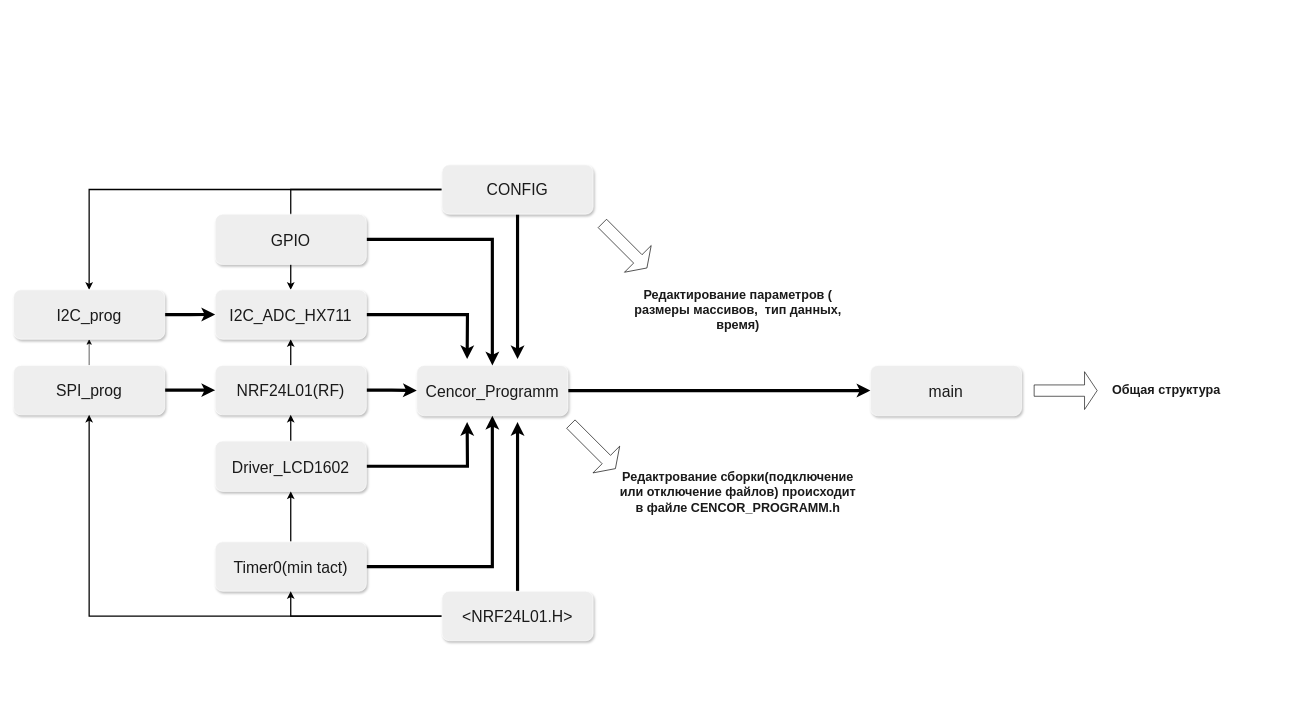
Before: page "Структура Head-ров" (2 of 2) of Shem/CENSOR_SHEM.drawio in RivayM/Censor-TM-NCFU, a draw.io diagram. Source tidied: cells renumbered, new cells numbered last; positions are measured from the earlier drawing's top-left corner, leaving out a move shared by most shapes. Both pictures are drawn from the tidied source at 63%, with x=0, y=0 at pixel (13, 164).
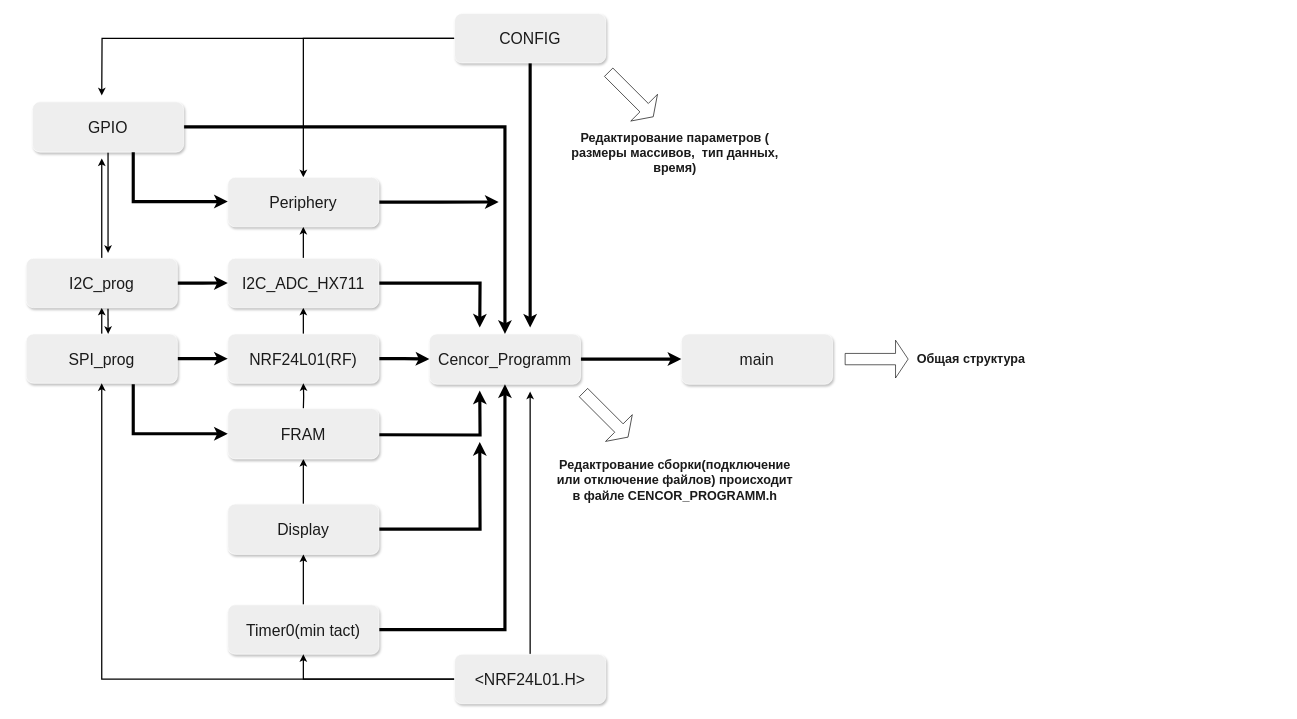
The same diagram, later.

What changed in the source:
```diff
@@
-    <mxCell id="2" style="edgeStyle=orthogonalEdgeStyle;rounded=0;jettySize=auto;html=1;entryX=0.5;entryY=0;entryDx=0;entryDy=0;strokeWidth=2;" parent="1" edge="1" source="21" target="15">
-      <mxGeometry relative="1" as="geometry" />
-    </mxCell>
     <mxCell id="3" value="&lt;span style=&quot;font-size: 25px;&quot;&gt;main&lt;/span&gt;" style="rounded=1;whiteSpace=wrap;html=1;strokeColor=#FFFFFF;fontColor=#1A1A1A;fillColor=#EEEEEE;labelBackgroundColor=none;shadow=1;" parent="1" vertex="1">
-      <mxGeometry x="1360" y="318.5" width="240" height="80" as="geometry" />
+      <mxGeometry x="1060" y="268.5" width="240" height="80" as="geometry" />
     </mxCell>
@@
     <mxCell id="5" value="&lt;span style=&quot;font-size: 25px;&quot;&gt;Cencor_Programm&lt;/span&gt;" style="rounded=1;whiteSpace=wrap;html=1;strokeColor=#FFFFFF;fontColor=#1A1A1A;fillColor=#EEEEEE;labelBackgroundColor=none;shadow=1;" parent="1" vertex="1">
-      <mxGeometry x="640" y="318.5" width="240" height="80" as="geometry" />
+      <mxGeometry x="660" y="268.5" width="240" height="80" as="geometry" />
     </mxCell>
@@
+    <mxCell id="37" style="edgeStyle=orthogonalEdgeStyle;rounded=0;jettySize=auto;html=1;strokeWidth=2;" parent="1" edge="1" source="9">
+      <mxGeometry relative="1" as="geometry">
+        <mxPoint x="150" y="140" as="targetPoint" />
+      </mxGeometry>
+    </mxCell>
     <mxCell id="9" value="&lt;span style=&quot;font-size: 25px;&quot;&gt;GPIO&lt;/span&gt;" style="rounded=1;whiteSpace=wrap;html=1;strokeColor=#FFFFFF;fontColor=#1A1A1A;fillColor=#EEEEEE;labelBackgroundColor=none;shadow=1;" parent="1" vertex="1">
-      <mxGeometry x="320" y="78.5" width="240" height="80" as="geometry" />
+      <mxGeometry x="30" y="-100" width="240" height="80" as="geometry" />
     </mxCell>
     <mxCell id="10" value="&lt;span style=&quot;font-size: 25px;&quot;&gt;NRF24L01(RF)&lt;/span&gt;" style="rounded=1;whiteSpace=wrap;html=1;strokeColor=#FFFFFF;fontColor=#1A1A1A;fillColor=#EEEEEE;labelBackgroundColor=none;shadow=1;" parent="1" vertex="1">
-      <mxGeometry x="320" y="318.5" width="240" height="78.5" as="geometry" />
+      <mxGeometry x="340" y="268.5" width="240" height="78.5" as="geometry" />
     </mxCell>
@@
-    <mxCell id="12" style="edgeStyle=orthogonalEdgeStyle;rounded=0;jettySize=auto;html=1;" parent="1" edge="1" source="13" target="23">
+    <mxCell id="12" style="edgeStyle=orthogonalEdgeStyle;rounded=0;jettySize=auto;html=1;strokeWidth=2;" parent="1" edge="1" source="13" target="23">
       <mxGeometry relative="1" as="geometry" />
     </mxCell>
     <mxCell id="13" value="&lt;span style=&quot;font-size: 25px;&quot;&gt;SPI_prog&lt;/span&gt;" style="rounded=1;whiteSpace=wrap;html=1;strokeColor=#FFFFFF;fontColor=#1A1A1A;fillColor=#EEEEEE;labelBackgroundColor=none;shadow=1;" parent="1" vertex="1">
-      <mxGeometry y="318.5" width="240" height="78.5" as="geometry" />
+      <mxGeometry x="20" y="268.5" width="240" height="78.5" as="geometry" />
     </mxCell>
     <mxCell id="14" style="edgeStyle=orthogonalEdgeStyle;rounded=0;jettySize=auto;html=1;strokeWidth=5;" parent="1" edge="1" source="15">
       <mxGeometry relative="1" as="geometry">
-        <mxPoint x="720" y="308.5" as="targetPoint" />
+        <mxPoint x="740" y="258.5" as="targetPoint" />
       </mxGeometry>
     </mxCell>
+    <mxCell id="38" style="edgeStyle=orthogonalEdgeStyle;rounded=0;jettySize=auto;html=1;strokeWidth=2;" parent="1" edge="1" source="15" target="47">
+      <mxGeometry relative="1" as="geometry" />
+    </mxCell>
     <mxCell id="15" value="&lt;span style=&quot;font-size: 25px;&quot;&gt;I2C_ADC_HX711&lt;/span&gt;" style="rounded=1;whiteSpace=wrap;html=1;strokeColor=#FFFFFF;fontColor=#1A1A1A;fillColor=#EEEEEE;labelBackgroundColor=none;shadow=1;" parent="1" vertex="1">
-      <mxGeometry x="320" y="198.5" width="240" height="78.5" as="geometry" />
+      <mxGeometry x="340" y="148.5" width="240" height="78.5" as="geometry" />
     </mxCell>
-    <mxCell id="16" style="edgeStyle=orthogonalEdgeStyle;rounded=0;jettySize=auto;html=1;strokeWidth=5;" parent="1" edge="1" source="18">
+    <mxCell id="16" style="edgeStyle=orthogonalEdgeStyle;rounded=0;orthogonalLoop=1;jettySize=auto;html=1;strokeWidth=5;" parent="1" edge="1">
       <mxGeometry relative="1" as="geometry">
-        <mxPoint x="720" y="408.5" as="targetPoint" />
+        <mxPoint x="580" y="428.5" as="sourcePoint" />
+        <mxPoint x="740" y="358.5" as="targetPoint" />
       </mxGeometry>
     </mxCell>
-    <mxCell id="17" style="edgeStyle=orthogonalEdgeStyle;rounded=0;jettySize=auto;html=1;strokeWidth=2;" parent="1" edge="1" source="18" target="10">
-      <mxGeometry relative="1" as="geometry" />
+    <mxCell id="17" style="edgeStyle=orthogonalEdgeStyle;rounded=0;jettySize=auto;html=1;strokeWidth=2;" parent="1" edge="1" target="10">
+      <mxGeometry relative="1" as="geometry">
+        <mxPoint x="460" y="388.5" as="sourcePoint" />
+      </mxGeometry>
     </mxCell>
+    <mxCell id="39" style="edgeStyle=orthogonalEdgeStyle;rounded=0;jettySize=auto;html=1;entryX=0.5;entryY=1;entryDx=0;entryDy=0;strokeWidth=2;" parent="1" edge="1" source="18" target="44">
+      <mxGeometry relative="1" as="geometry" />
+    </mxCell>
+    <mxCell id="40" style="edgeStyle=orthogonalEdgeStyle;rounded=0;jettySize=auto;html=1;strokeWidth=5;" parent="1" edge="1" source="18">
+      <mxGeometry relative="1" as="geometry">
+        <mxPoint x="740" y="440" as="targetPoint" />
+      </mxGeometry>
+    </mxCell>
-    <mxCell id="18" value="&lt;span style=&quot;font-size: 25px;&quot;&gt;Driver_LCD1602&lt;/span&gt;" style="rounded=1;whiteSpace=wrap;html=1;strokeColor=#FFFFFF;fontColor=#1A1A1A;fillColor=#EEEEEE;labelBackgroundColor=none;shadow=1;" parent="1" vertex="1">
-      <mxGeometry x="320" y="438.5" width="240" height="80" as="geometry" />
+    <mxCell id="18" value="&lt;span style=&quot;font-size: 25px;&quot;&gt;Display&lt;/span&gt;" style="rounded=1;whiteSpace=wrap;html=1;strokeColor=#FFFFFF;fontColor=#1A1A1A;fillColor=#EEEEEE;labelBackgroundColor=none;shadow=1;" parent="1" vertex="1">
+      <mxGeometry x="340" y="538.5" width="240" height="80" as="geometry" />
     </mxCell>
     <mxCell id="19" style="edgeStyle=orthogonalEdgeStyle;rounded=0;jettySize=auto;html=1;strokeWidth=5;" parent="1" edge="1" source="21">
       <mxGeometry relative="1" as="geometry">
-        <mxPoint x="800" y="308.5" as="targetPoint" />
+        <mxPoint x="820" y="258.5" as="targetPoint" />
       </mxGeometry>
     </mxCell>
-    <mxCell id="20" style="edgeStyle=orthogonalEdgeStyle;rounded=0;jettySize=auto;html=1;strokeWidth=2;" parent="1" edge="1" source="21" target="23">
-      <mxGeometry relative="1" as="geometry" />
-    </mxCell>
+    <mxCell id="41" style="edgeStyle=orthogonalEdgeStyle;rounded=0;jettySize=auto;html=1;strokeWidth=2;" parent="1" edge="1" source="21">
+      <mxGeometry relative="1" as="geometry">
+        <mxPoint x="140" y="-110" as="targetPoint" />
+      </mxGeometry>
+    </mxCell>
+    <mxCell id="42" style="edgeStyle=orthogonalEdgeStyle;rounded=0;jettySize=auto;html=1;entryX=0.5;entryY=0;entryDx=0;entryDy=0;strokeWidth=2;" parent="1" edge="1" source="21" target="47">
+      <mxGeometry relative="1" as="geometry" />
+    </mxCell>
     <mxCell id="21" value="&lt;span style=&quot;font-size: 25px;&quot;&gt;CONFIG&lt;/span&gt;" style="rounded=1;whiteSpace=wrap;html=1;strokeColor=#FFFFFF;fontColor=#1A1A1A;fillColor=#EEEEEE;labelBackgroundColor=none;shadow=1;" parent="1" vertex="1">
-      <mxGeometry x="680" width="240" height="78.5" as="geometry" />
+      <mxGeometry x="700" y="-240" width="240" height="78.5" as="geometry" />
     </mxCell>
@@
+    <mxCell id="43" style="edgeStyle=orthogonalEdgeStyle;rounded=0;jettySize=auto;html=1;strokeWidth=2;" parent="1" edge="1" source="23">
+      <mxGeometry relative="1" as="geometry">
+        <mxPoint x="140" y="-10" as="targetPoint" />
+      </mxGeometry>
+    </mxCell>
     <mxCell id="23" value="&lt;span style=&quot;font-size: 25px;&quot;&gt;I2C_prog&lt;/span&gt;" style="rounded=1;whiteSpace=wrap;html=1;strokeColor=#FFFFFF;fontColor=#1A1A1A;fillColor=#EEEEEE;labelBackgroundColor=none;shadow=1;" parent="1" vertex="1">
-      <mxGeometry y="198.5" width="240" height="78.5" as="geometry" />
+      <mxGeometry x="20" y="148.5" width="240" height="78.5" as="geometry" />
     </mxCell>
@@
     <mxCell id="26" value="&lt;span style=&quot;font-size: 25px;&quot;&gt;Timer0(min tact)&lt;/span&gt;" style="rounded=1;whiteSpace=wrap;html=1;strokeColor=#FFFFFF;fontColor=#1A1A1A;fillColor=#EEEEEE;labelBackgroundColor=none;shadow=1;" parent="1" vertex="1">
-      <mxGeometry x="320" y="598.5" width="240" height="78.5" as="geometry" />
+      <mxGeometry x="340" y="698.5" width="240" height="78.5" as="geometry" />
     </mxCell>
-    <mxCell id="27" style="edgeStyle=orthogonalEdgeStyle;rounded=0;jettySize=auto;html=1;strokeWidth=5;" parent="1" edge="1" source="30">
+    <mxCell id="27" style="edgeStyle=orthogonalEdgeStyle;rounded=0;jettySize=auto;html=1;strokeWidth=2;" parent="1" edge="1" source="30">
       <mxGeometry relative="1" as="geometry">
-        <mxPoint x="800" y="408.5" as="targetPoint" />
+        <mxPoint x="820" y="360" as="targetPoint" />
       </mxGeometry>
     </mxCell>
@@
     <mxCell id="30" value="&lt;span style=&quot;font-size: 25px;&quot;&gt;&amp;lt;NRF24L01.H&amp;gt;&lt;/span&gt;" style="rounded=1;whiteSpace=wrap;html=1;strokeColor=#FFFFFF;fontColor=#1A1A1A;fillColor=#EEEEEE;labelBackgroundColor=none;shadow=1;" parent="1" vertex="1">
-      <mxGeometry x="680" y="677" width="240" height="78.5" as="geometry" />
+      <mxGeometry x="700" y="777" width="240" height="78.5" as="geometry" />
     </mxCell>
     <mxCell id="31" value="&lt;span style=&quot;font-size: 20px;&quot;&gt;Редактрование сборки(подключение или отключение файлов) происходит в файле CENCOR_PROGRAMM.h&lt;/span&gt;" style="text;html=1;align=center;verticalAlign=middle;whiteSpace=wrap;rounded=1;fontStyle=1;labelBackgroundColor=none;fontColor=#1A1A1A;" parent="1" vertex="1">
-      <mxGeometry x="960" y="438.5" width="380" height="160" as="geometry" />
+      <mxGeometry x="860" y="420" width="380" height="160" as="geometry" />
     </mxCell>
     <mxCell id="32" style="shape=singleArrow;direction=south;whiteSpace=wrap;html=1;rotation=-45;arrowWidth=0.31317579560152353;arrowSize=0.2041337989439171;" parent="1" vertex="1">
-      <mxGeometry x="890" y="397" width="60" height="100" as="geometry" />
+      <mxGeometry x="910" y="347" width="60" height="100" as="geometry" />
     </mxCell>
     <mxCell id="33" value="&lt;span style=&quot;font-size: 20px;&quot;&gt;Редактирование параметров ( размеры массивов,&amp;nbsp; тип данных, время)&lt;/span&gt;" style="text;html=1;align=center;verticalAlign=middle;whiteSpace=wrap;rounded=1;fontStyle=1;labelBackgroundColor=none;fontColor=#1A1A1A;" parent="1" vertex="1">
-      <mxGeometry x="960" y="148.5" width="380" height="160" as="geometry" />
+      <mxGeometry x="860" y="-100" width="380" height="160" as="geometry" />
     </mxCell>
     <mxCell id="34" style="shape=singleArrow;direction=south;whiteSpace=wrap;html=1;rotation=-45;arrowWidth=0.31317579560152353;arrowSize=0.2041337989439171;" parent="1" vertex="1">
-      <mxGeometry x="940" y="78.5" width="60" height="100" as="geometry" />
+      <mxGeometry x="950" y="-161.5" width="60" height="100" as="geometry" />
     </mxCell>
     <mxCell id="35" value="&lt;span style=&quot;font-size: 20px;&quot;&gt;Общая структура&lt;/span&gt;" style="text;html=1;align=center;verticalAlign=middle;whiteSpace=wrap;rounded=1;fontStyle=1;labelBackgroundColor=none;fontColor=#1A1A1A;" parent="1" vertex="1">
-      <mxGeometry x="1640" y="277" width="380" height="160" as="geometry" />
+      <mxGeometry x="1330" y="227" width="380" height="160" as="geometry" />
     </mxCell>
     <mxCell id="36" style="shape=singleArrow;whiteSpace=wrap;html=1;" parent="1" vertex="1">
-      <mxGeometry x="1620" y="328.5" width="100" height="60" as="geometry" />
+      <mxGeometry x="1320" y="278.5" width="100" height="60" as="geometry" />
     </mxCell>
+    <mxCell id="44" value="&lt;span style=&quot;font-size: 25px;&quot;&gt;FRAM&lt;/span&gt;" style="rounded=1;whiteSpace=wrap;html=1;strokeColor=#FFFFFF;fontColor=#1A1A1A;fillColor=#EEEEEE;labelBackgroundColor=none;shadow=1;" parent="1" vertex="1">
+      <mxGeometry x="340" y="387" width="240" height="80" as="geometry" />
+    </mxCell>
+    <mxCell id="45" style="edgeStyle=orthogonalEdgeStyle;rounded=0;jettySize=auto;html=1;strokeWidth=5;entryX=0;entryY=0.5;entryDx=0;entryDy=0;" parent="1" edge="1" target="44">
+      <mxGeometry relative="1" as="geometry">
+        <mxPoint x="190" y="348.5" as="sourcePoint" />
+        <Array as="points">
+          <mxPoint x="190" y="427" />
+        </Array>
+      </mxGeometry>
+    </mxCell>
+    <mxCell id="46" style="edgeStyle=orthogonalEdgeStyle;rounded=0;jettySize=auto;html=1;strokeWidth=5;" parent="1" edge="1" source="47">
+      <mxGeometry relative="1" as="geometry">
+        <mxPoint x="770" y="59.2" as="targetPoint" />
+      </mxGeometry>
+    </mxCell>
+    <mxCell id="47" value="&lt;span style=&quot;font-size: 25px;&quot;&gt;Periphery&lt;/span&gt;" style="rounded=1;whiteSpace=wrap;html=1;strokeColor=#FFFFFF;fontColor=#1A1A1A;fillColor=#EEEEEE;labelBackgroundColor=none;shadow=1;" parent="1" vertex="1">
+      <mxGeometry x="340" y="20" width="240" height="78.5" as="geometry" />
+    </mxCell>
+    <mxCell id="48" style="edgeStyle=orthogonalEdgeStyle;rounded=0;orthogonalLoop=1;jettySize=auto;html=1;strokeWidth=5;entryX=0;entryY=0.5;entryDx=0;entryDy=0;" parent="1" edge="1">
+      <mxGeometry relative="1" as="geometry">
+        <mxPoint x="190" y="-20" as="sourcePoint" />
+        <mxPoint x="340" y="58.5" as="targetPoint" />
+        <Array as="points">
+          <mxPoint x="190" y="58.5" />
+        </Array>
+      </mxGeometry>
+    </mxCell>
+    <mxCell id="49" style="edgeStyle=orthogonalEdgeStyle;rounded=0;orthogonalLoop=1;jettySize=auto;html=1;strokeWidth=2;entryX=0.584;entryY=0;entryDx=0;entryDy=0;entryPerimeter=0;" parent="1" edge="1">
+      <mxGeometry relative="1" as="geometry">
+        <mxPoint x="149.9" y="228.5" as="sourcePoint" />
+        <mxPoint x="150.1" y="268.5" as="targetPoint" />
+        <Array as="points">
+          <mxPoint x="149.9" y="229" />
+        </Array>
+      </mxGeometry>
+    </mxCell>
```
